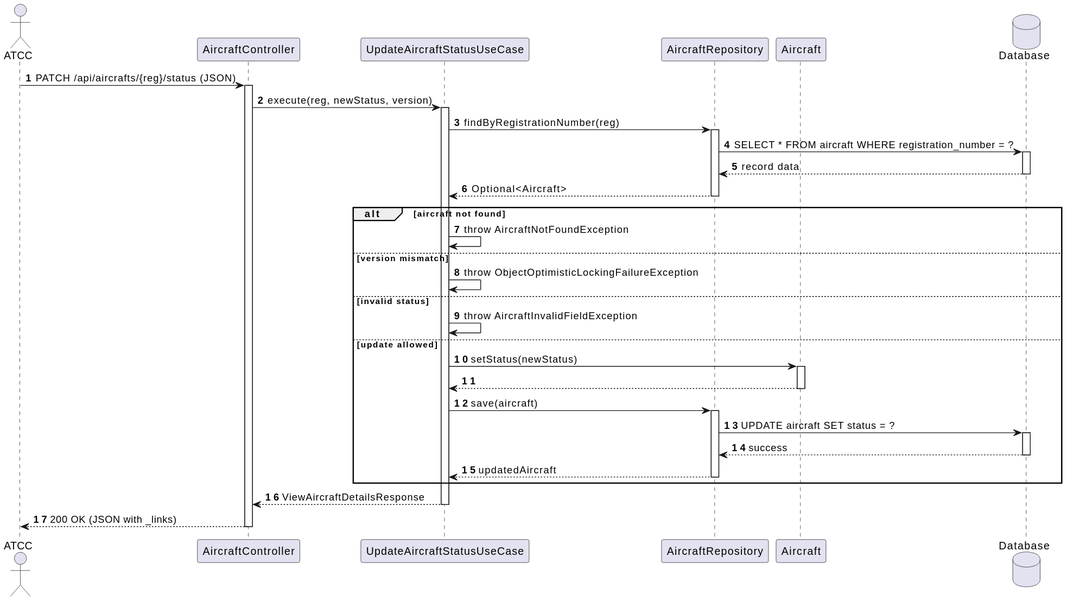
Above: docs/system-documentation/use-cases/WP1A/US105/svg/sd_us105.svg in VascoMagolo/psoft_1231562_1241692_1242036_2db (PlantUML), before the change.
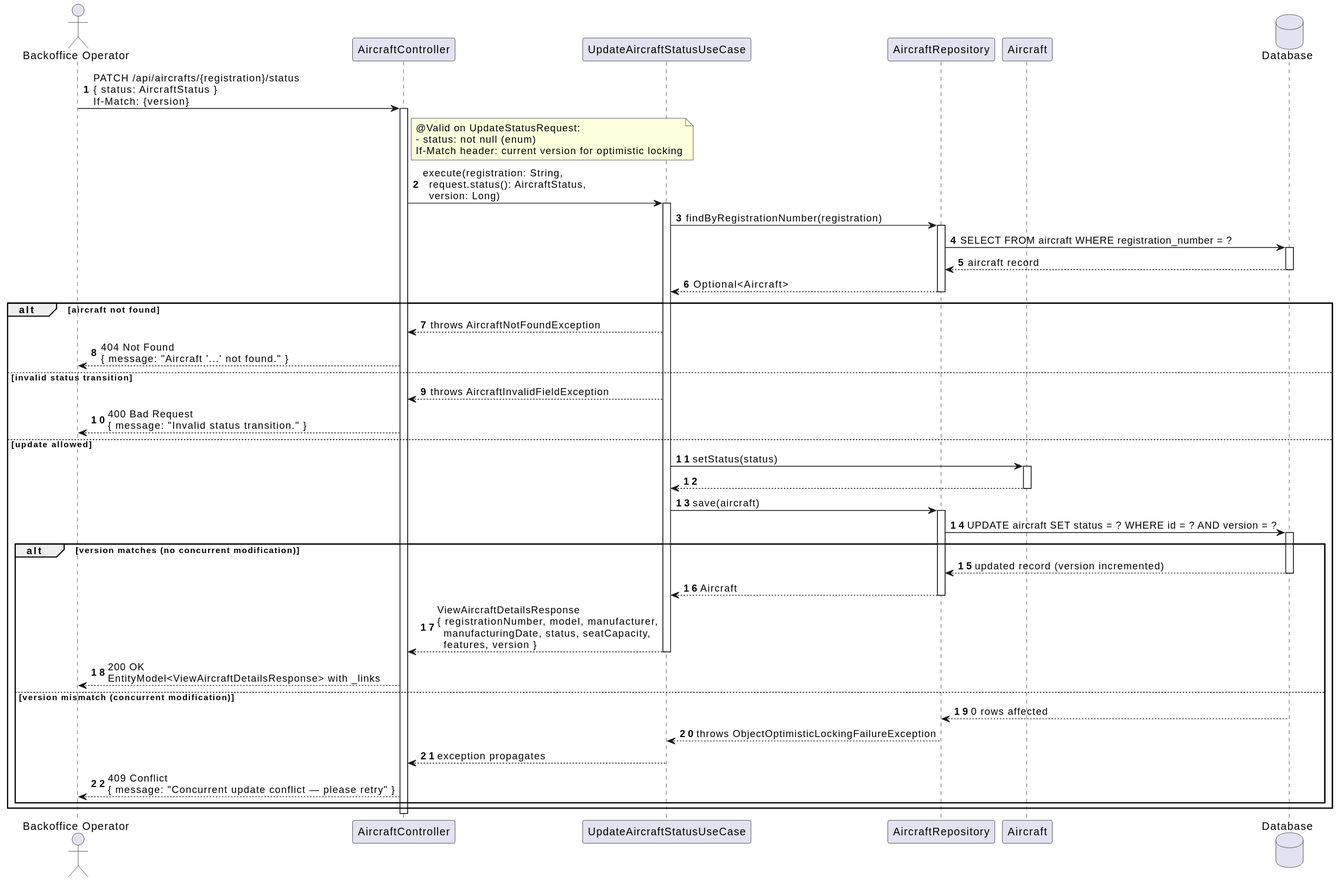
After the change.

Diff of the diagram source:
```diff
@@ -1,45 +1,65 @@
 @startuml
 autonumber
-actor "ATCC" as ATCC
+actor "Backoffice Operator" as BO
 participant "AircraftController" as Ctrl
 participant "UpdateAircraftStatusUseCase" as UC
 participant "AircraftRepository" as Repo
 participant "Aircraft" as Entity
 database "Database" as DB
-ATCC -> Ctrl : PATCH /api/aircrafts/{reg}/status (JSON)
+
+BO -> Ctrl : PATCH /api/aircrafts/{registration}/status\n{ status: AircraftStatus }\nIf-Match: {version}
 activate Ctrl
-Ctrl -> UC : execute(reg, newStatus, version)
+
+note right of Ctrl
+  @Valid on UpdateStatusRequest:
+  - status: not null (enum)
+  If-Match header: current version for optimistic locking
+end note
+
+Ctrl -> UC : execute(registration: String,\n  request.status(): AircraftStatus,\n  version: Long)
 activate UC
-UC -> Repo : findByRegistrationNumber(reg)
+
+UC -> Repo : findByRegistrationNumber(registration)
 activate Repo
-Repo -> DB : SELECT * FROM aircraft WHERE registration_number = ?
+Repo -> DB : SELECT FROM aircraft WHERE registration_number = ?
 activate DB
-DB --> Repo : record data
+DB --> Repo : aircraft record
 deactivate DB
 Repo --> UC : Optional<Aircraft>
 deactivate Repo
+
 alt aircraft not found
-    UC -> UC : throw AircraftNotFoundException
-else version mismatch
-    UC -> UC : throw ObjectOptimisticLockingFailureException
-else invalid status
-    UC -> UC : throw AircraftInvalidFieldException
+  UC --> Ctrl : throws AircraftNotFoundException
+  Ctrl --> BO : 404 Not Found\n{ message: "Aircraft '...' not found." }
+else invalid status transition
+  UC --> Ctrl : throws AircraftInvalidFieldException
+  Ctrl --> BO : 400 Bad Request\n{ message: "Invalid status transition." }
 else update allowed
-    UC -> Entity : setStatus(newStatus)
-    activate Entity
-    Entity --> UC
-    deactivate Entity
-    UC -> Repo : save(aircraft)
-    activate Repo
-    Repo -> DB : UPDATE aircraft SET status = ?
-    activate DB
-    DB --> Repo : success
+  UC -> Entity : setStatus(status)
+  activate Entity
+  Entity --> UC
+  deactivate Entity
+
+  UC -> Repo : save(aircraft)
+  activate Repo
+  Repo -> DB : UPDATE aircraft SET status = ? WHERE id = ? AND version = ?
+  activate DB
+
+  alt version matches (no concurrent modification)
+    DB --> Repo : updated record (version incremented)
     deactivate DB
-    Repo --> UC : updatedAircraft
+    Repo --> UC : Aircraft
     deactivate Repo
+    UC --> Ctrl : ViewAircraftDetailsResponse\n{ registrationNumber, model, manufacturer,\n  manufacturingDate, status, seatCapacity,\n  features, version }
+    deactivate UC
+    Ctrl --> BO : 200 OK\nEntityModel<ViewAircraftDetailsResponse> with _links
+  else version mismatch (concurrent modification)
+    DB --> Repo : 0 rows affected
+    Repo --> UC : throws ObjectOptimisticLockingFailureException
+    UC --> Ctrl : exception propagates
+    Ctrl --> BO : 409 Conflict\n{ message: "Concurrent update conflict — please retry" }
+  end
 end
-UC --> Ctrl : ViewAircraftDetailsResponse
-deactivate UC
-Ctrl --> ATCC : 200 OK (JSON with _links)
+
 deactivate Ctrl
 @enduml
```
